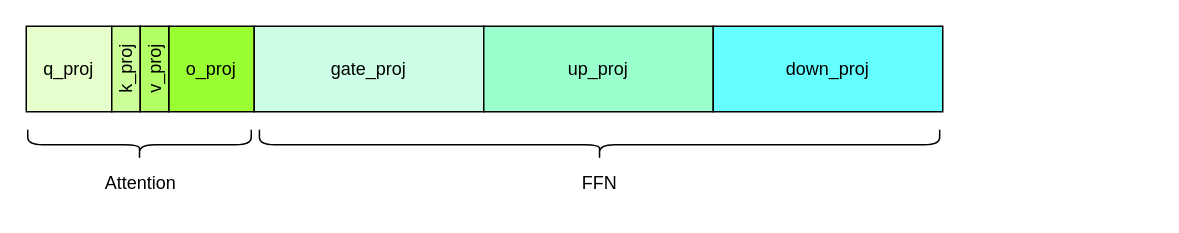
The draw.io diagram page "layer" (3 of 4) of books/toyllm/draw/ch02.drawio in zxh0/ann-book, before the edit. Source tidied: cells renumbered, new cells numbered last; positions are measured from the earlier drawing's top-left corner, leaving out a move shared by most shapes. Both pictures are drawn from the tidied source at 150%, with x=0, y=0 at pixel (26, -196).
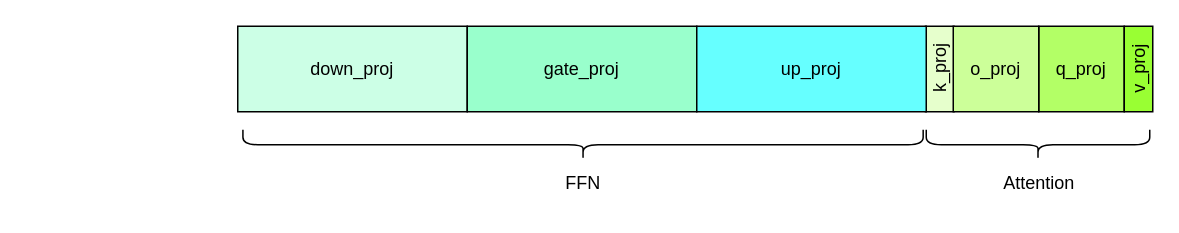
After the change.

What changed in the source:
```diff
@@
 <mxGraphModel>
   <root>
     <mxCell id="0" />
     <mxCell id="1" parent="0" />
-    <mxCell id="2" value="&lt;span style=&quot;color: rgb(0, 0, 0); text-wrap-mode: nowrap;&quot;&gt;q_proj&lt;/span&gt;" style="rounded=0;whiteSpace=wrap;html=1;fillColor=#E6FFCC;" parent="1" vertex="1">
-      <mxGeometry y="148" width="57" height="57" as="geometry" />
+    <mxCell id="2" value="&lt;span style=&quot;color: rgb(0, 0, 0); text-wrap-mode: nowrap;&quot;&gt;q_proj&lt;/span&gt;" style="rounded=0;whiteSpace=wrap;html=1;fillColor=#B3FF66;" parent="1" vertex="1">
+      <mxGeometry x="675" y="148" width="57" height="57" as="geometry" />
     </mxCell>
-    <mxCell id="3" value="&lt;span style=&quot;color: rgb(0, 0, 0); text-wrap-mode: nowrap;&quot;&gt;k_proj&lt;/span&gt;" style="rounded=0;whiteSpace=wrap;html=1;rotation=-90;fillColor=#CCFF99;" parent="1" vertex="1">
-      <mxGeometry x="38" y="167" width="57" height="19" as="geometry" />
+    <mxCell id="3" value="&lt;span style=&quot;color: rgb(0, 0, 0); text-wrap-mode: nowrap;&quot;&gt;k_proj&lt;/span&gt;" style="rounded=0;whiteSpace=wrap;html=1;rotation=-90;fillColor=#E6FFCC;" parent="1" vertex="1">
+      <mxGeometry x="580.5" y="167" width="57" height="19" as="geometry" />
     </mxCell>
-    <mxCell id="4" value="&lt;span style=&quot;color: rgb(0, 0, 0); text-wrap-mode: nowrap;&quot;&gt;o_proj&lt;/span&gt;" style="rounded=0;whiteSpace=wrap;html=1;fillColor=#99FF33;" parent="1" vertex="1">
-      <mxGeometry x="95" y="148" width="57" height="57" as="geometry" />
+    <mxCell id="4" value="&lt;span style=&quot;color: rgb(0, 0, 0); text-wrap-mode: nowrap;&quot;&gt;o_proj&lt;/span&gt;" style="rounded=0;whiteSpace=wrap;html=1;fillColor=#CCFF99;" parent="1" vertex="1">
+      <mxGeometry x="618" y="148" width="57" height="57" as="geometry" />
     </mxCell>
-    <mxCell id="5" value="gate_proj" style="rounded=0;whiteSpace=wrap;html=1;fillColor=#CCFFE6;" parent="1" vertex="1">
-      <mxGeometry x="152" y="148" width="153" height="57" as="geometry" />
+    <mxCell id="5" value="&lt;span style=&quot;color: rgb(0, 0, 0);&quot;&gt;down_proj&lt;/span&gt;" style="rounded=0;whiteSpace=wrap;html=1;fillColor=#CCFFE6;" parent="1" vertex="1">
+      <mxGeometry x="141" y="148" width="153" height="57" as="geometry" />
     </mxCell>
-    <mxCell id="6" value="up_proj" style="rounded=0;whiteSpace=wrap;html=1;fillColor=#99FFCC;" parent="1" vertex="1">
-      <mxGeometry x="305" y="148" width="153" height="57" as="geometry" />
+    <mxCell id="6" value="&lt;span style=&quot;color: rgb(0, 0, 0);&quot;&gt;gate_proj&lt;/span&gt;" style="rounded=0;whiteSpace=wrap;html=1;fillColor=#99FFCC;" parent="1" vertex="1">
+      <mxGeometry x="294" y="148" width="153" height="57" as="geometry" />
     </mxCell>
-    <mxCell id="7" value="down_proj" style="rounded=0;whiteSpace=wrap;html=1;fillColor=#66FFFF;" parent="1" vertex="1">
-      <mxGeometry x="458" y="148" width="153" height="57" as="geometry" />
+    <mxCell id="7" value="&lt;span style=&quot;color: rgb(0, 0, 0);&quot;&gt;up_proj&lt;/span&gt;" style="rounded=0;whiteSpace=wrap;html=1;fillColor=#66FFFF;" parent="1" vertex="1">
+      <mxGeometry x="447" y="148" width="153" height="57" as="geometry" />
     </mxCell>
-    <mxCell id="8" value="&lt;span style=&quot;color: rgb(0, 0, 0); text-wrap-mode: nowrap;&quot;&gt;v_proj&lt;/span&gt;" style="rounded=0;whiteSpace=wrap;html=1;rotation=-90;fillColor=#B3FF66;" parent="1" vertex="1">
-      <mxGeometry x="57" y="167" width="57" height="19" as="geometry" />
+    <mxCell id="8" value="&lt;span style=&quot;color: rgb(0, 0, 0); text-wrap-mode: nowrap;&quot;&gt;v_proj&lt;/span&gt;" style="rounded=0;whiteSpace=wrap;html=1;rotation=-90;fillColor=#99FF33;" parent="1" vertex="1">
+      <mxGeometry x="713" y="167" width="57" height="19" as="geometry" />
     </mxCell>
     <mxCell id="9" style="shape=curlyBracket;whiteSpace=wrap;html=1;rounded=1;flipH=1;labelPosition=right;verticalLabelPosition=middle;align=left;verticalAlign=middle;rotation=90;" parent="1" vertex="1">
-      <mxGeometry x="65.5" y="152.5" width="20" height="149" as="geometry" />
+      <mxGeometry x="664.5" y="152.5" width="20" height="149" as="geometry" />
     </mxCell>
     <mxCell id="10" value="Attention" style="text;html=1;align=center;verticalAlign=middle;strokeColor=none;fillColor=none;" parent="1" vertex="1">
-      <mxGeometry x="40.5" y="238" width="70" height="30" as="geometry" />
+      <mxGeometry x="639.5" y="238" width="70" height="30" as="geometry" />
     </mxCell>
     <mxCell id="11" style="shape=curlyBracket;whiteSpace=wrap;html=1;rounded=1;flipH=1;labelPosition=right;verticalLabelPosition=middle;align=left;verticalAlign=middle;rotation=90;" parent="1" vertex="1">
-      <mxGeometry x="372.2" y="0.2" width="20" height="453.5" as="geometry" />
+      <mxGeometry x="361.2" y="0.2" width="20" height="453.5" as="geometry" />
     </mxCell>
     <mxCell id="12" value="FFN" style="text;html=1;align=center;verticalAlign=middle;strokeColor=none;fillColor=none;" parent="1" vertex="1">
-      <mxGeometry x="356.5" y="238" width="50" height="30" as="geometry" />
+      <mxGeometry x="345.5" y="238" width="50" height="30" as="geometry" />
     </mxCell>
   </root>
 </mxGraphModel>
```
